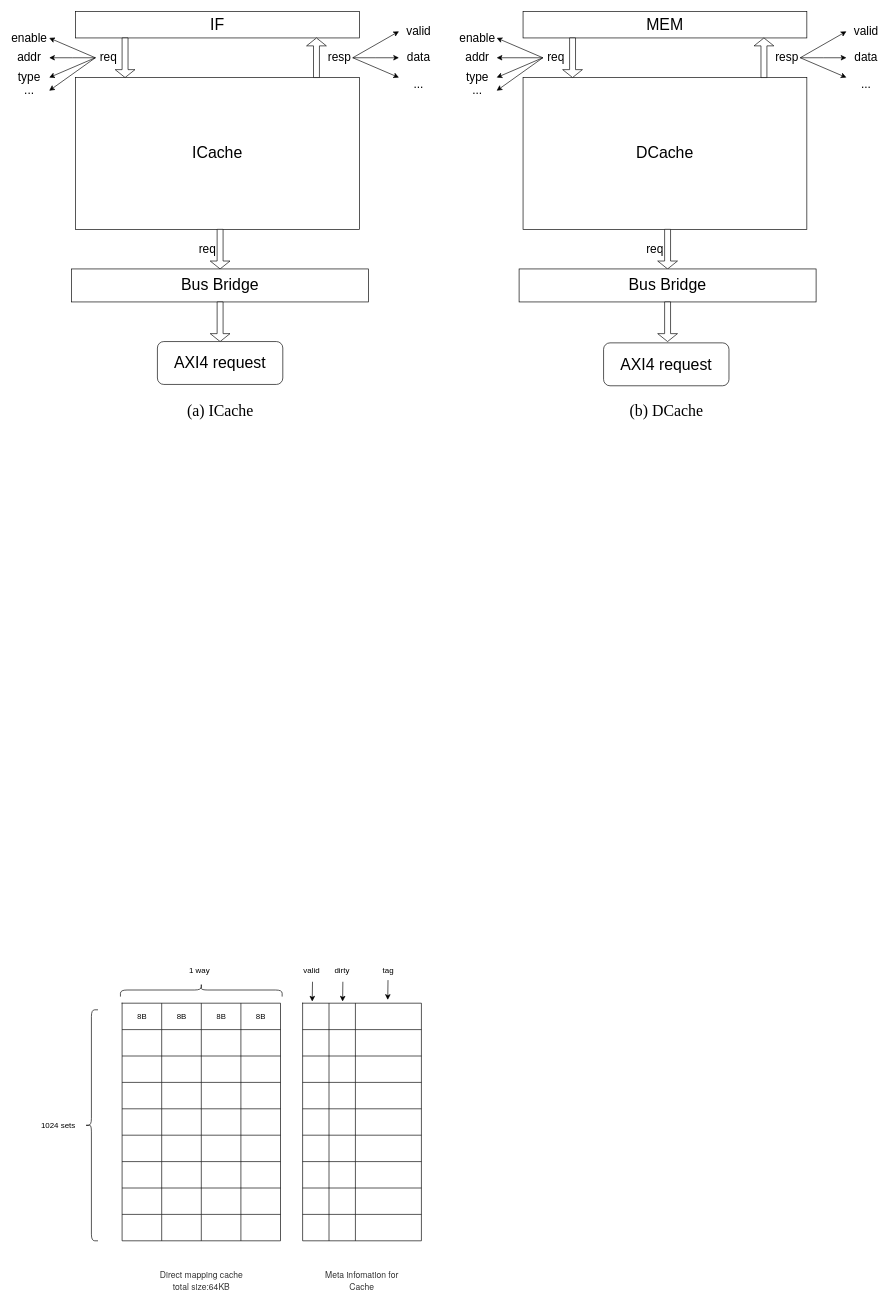
This is Cache.drawio from happy-lx/drawio, a draw.io file, before an edit. Source tidied: cells renumbered, new cells numbered last; positions are measured from the earlier drawing's top-left corner, leaving out a move shared by most shapes. Both pictures are drawn from the tidied source at 66%, with x=0, y=0 at pixel (16, 11).
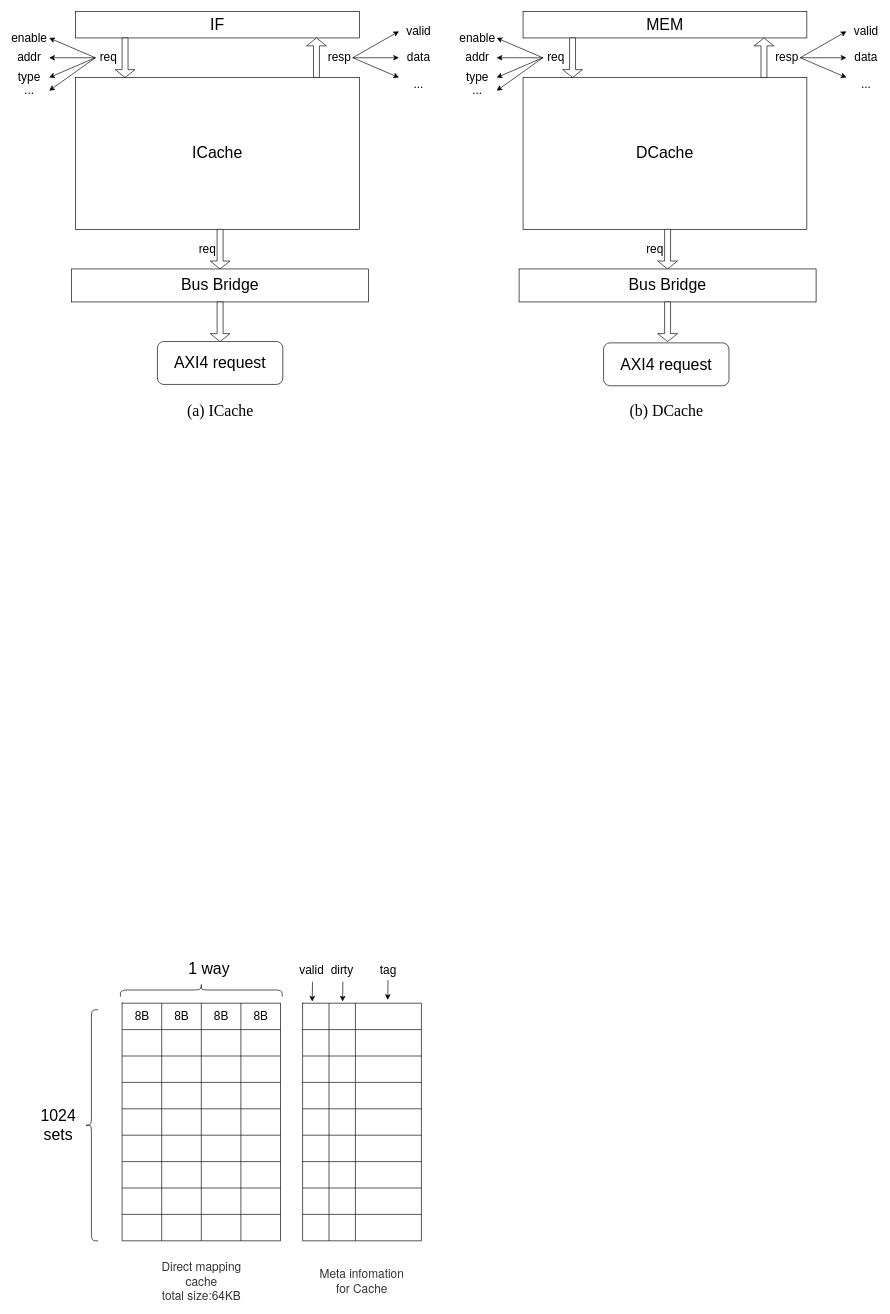
The same page after the edit.

Unchanged cells that the change refers to:
```xml
<mxCell id="33" style="shape=partialRectangle;html=1;whiteSpace=wrap;fillColor=none;top=0;left=0;bottom=0;right=0;" parent="32" vertex="1">
  <mxGeometry width="240" height="40" as="geometry" />
</mxCell>
```

Diff of the diagram source:
```diff
@@
-    <mxCell id="28" value="1024 sets" style="text;html=1;strokeColor=none;fillColor=none;align=center;verticalAlign=middle;whiteSpace=wrap;rounded=0;" parent="1" vertex="1">
+    <mxCell id="28" value="&lt;font style=&quot;font-size: 24px&quot;&gt;1024 sets&lt;/font&gt;" style="text;html=1;strokeColor=none;fillColor=none;align=center;verticalAlign=middle;whiteSpace=wrap;rounded=0;" parent="1" vertex="1">
       <mxGeometry x="34" y="1682.5" width="60" height="10" as="geometry" />
     </mxCell>
@@
-    <mxCell id="30" value="1 way" style="text;html=1;strokeColor=none;fillColor=none;align=center;verticalAlign=middle;whiteSpace=wrap;rounded=0;" parent="1" vertex="1">
-      <mxGeometry x="258" y="1442.5" width="40" height="20" as="geometry" />
+    <mxCell id="30" value="&lt;font style=&quot;font-size: 24px&quot;&gt;1 way&lt;/font&gt;" style="text;html=1;strokeColor=none;fillColor=none;align=center;verticalAlign=middle;whiteSpace=wrap;rounded=0;" parent="1" vertex="1">
+      <mxGeometry x="258" y="1437" width="69" height="25.5" as="geometry" />
     </mxCell>
-    <mxCell id="31" value="&lt;span style=&quot;color: rgb(51 , 51 , 51) ; font-family: &amp;#34;helvetica neue&amp;#34; , &amp;#34;helvetica&amp;#34; , &amp;#34;arial&amp;#34; , &amp;#34;hiragino sans gb&amp;#34; , &amp;#34;hiragino sans gb w3&amp;#34; , &amp;#34;microsoft yahei ui&amp;#34; , &amp;#34;microsoft yahei&amp;#34; , sans-serif ; font-size: 13px&quot;&gt;Direct mapping cache&lt;br&gt;total size:64KB&lt;br&gt;&lt;/span&gt;" style="text;html=1;strokeColor=none;fillColor=none;align=center;verticalAlign=middle;whiteSpace=wrap;rounded=0;" parent="1" vertex="1">
+    <mxCell id="31" value="&lt;span style=&quot;color: rgb(51 , 51 , 51) ; font-family: &amp;#34;helvetica neue&amp;#34; , &amp;#34;helvetica&amp;#34; , &amp;#34;arial&amp;#34; , &amp;#34;hiragino sans gb&amp;#34; , &amp;#34;hiragino sans gb w3&amp;#34; , &amp;#34;microsoft yahei ui&amp;#34; , &amp;#34;microsoft yahei&amp;#34; , sans-serif&quot;&gt;&lt;font style=&quot;font-size: 18px&quot;&gt;Direct mapping cache&lt;br&gt;total size:64KB&lt;/font&gt;&lt;br&gt;&lt;/span&gt;" style="text;html=1;strokeColor=none;fillColor=none;align=center;verticalAlign=middle;whiteSpace=wrap;rounded=0;" parent="1" vertex="1">
       <mxGeometry x="207.5" y="1902.5" width="146" height="40" as="geometry" />
     </mxCell>
@@
-    <mxCell id="34" value="8B" style="shape=partialRectangle;html=1;whiteSpace=wrap;overflow=hidden;fillColor=none;top=0;left=0;bottom=0;right=0;" parent="33" vertex="1">
+    <mxCell id="34" value="&lt;font style=&quot;font-size: 18px&quot;&gt;8B&lt;/font&gt;" style="shape=partialRectangle;html=1;whiteSpace=wrap;overflow=hidden;fillColor=none;top=0;left=0;bottom=0;right=0;" parent="33" vertex="1">
       <mxGeometry width="60" height="40" as="geometry" />
     </mxCell>
-    <mxCell id="35" value="8B" style="shape=partialRectangle;html=1;whiteSpace=wrap;overflow=hidden;fillColor=none;top=0;left=0;bottom=0;right=0;" parent="33" vertex="1">
+    <mxCell id="35" value="&lt;font style=&quot;font-size: 18px&quot;&gt;8B&lt;/font&gt;" style="shape=partialRectangle;html=1;whiteSpace=wrap;overflow=hidden;fillColor=none;top=0;left=0;bottom=0;right=0;" parent="33" vertex="1">
       <mxGeometry x="60" width="60" height="40" as="geometry" />
     </mxCell>
-    <mxCell id="36" value="8B" style="shape=partialRectangle;html=1;whiteSpace=wrap;overflow=hidden;fillColor=none;top=0;left=0;bottom=0;right=0;" parent="33" vertex="1">
+    <mxCell id="36" value="&lt;font style=&quot;font-size: 18px&quot;&gt;8B&lt;/font&gt;" style="shape=partialRectangle;html=1;whiteSpace=wrap;overflow=hidden;fillColor=none;top=0;left=0;bottom=0;right=0;" parent="33" vertex="1">
       <mxGeometry x="120" width="60" height="40" as="geometry" />
     </mxCell>
-    <mxCell id="37" value="8B" style="shape=partialRectangle;html=1;whiteSpace=wrap;overflow=hidden;fillColor=none;top=0;left=0;bottom=0;right=0;" parent="33" vertex="1">
+    <mxCell id="37" value="&lt;font style=&quot;font-size: 18px&quot;&gt;8B&lt;/font&gt;" style="shape=partialRectangle;html=1;whiteSpace=wrap;overflow=hidden;fillColor=none;top=0;left=0;bottom=0;right=0;" parent="33" vertex="1">
       <mxGeometry x="180" width="60" height="40" as="geometry" />
     </mxCell>
@@
-    <mxCell id="136" value="valid" style="text;html=1;strokeColor=none;fillColor=none;align=center;verticalAlign=middle;whiteSpace=wrap;rounded=0;" parent="1" vertex="1">
+    <mxCell id="136" value="&lt;font style=&quot;font-size: 18px&quot;&gt;valid&lt;/font&gt;" style="text;html=1;strokeColor=none;fillColor=none;align=center;verticalAlign=middle;whiteSpace=wrap;rounded=0;" parent="1" vertex="1">
       <mxGeometry x="428" y="1442.5" width="40" height="20" as="geometry" />
     </mxCell>
@@
-    <mxCell id="138" value="dirty" style="text;html=1;strokeColor=none;fillColor=none;align=center;verticalAlign=middle;whiteSpace=wrap;rounded=0;" parent="1" vertex="1">
+    <mxCell id="138" value="&lt;font style=&quot;font-size: 18px&quot;&gt;dirty&lt;/font&gt;" style="text;html=1;strokeColor=none;fillColor=none;align=center;verticalAlign=middle;whiteSpace=wrap;rounded=0;" parent="1" vertex="1">
       <mxGeometry x="474" y="1442.5" width="40" height="20" as="geometry" />
     </mxCell>
@@
-    <mxCell id="140" value="tag" style="text;html=1;strokeColor=none;fillColor=none;align=center;verticalAlign=middle;whiteSpace=wrap;rounded=0;" parent="1" vertex="1">
+    <mxCell id="140" value="&lt;font style=&quot;font-size: 18px&quot;&gt;tag&lt;/font&gt;" style="text;html=1;strokeColor=none;fillColor=none;align=center;verticalAlign=middle;whiteSpace=wrap;rounded=0;" parent="1" vertex="1">
       <mxGeometry x="544" y="1442.5" width="40" height="20" as="geometry" />
     </mxCell>
-    <mxCell id="141" value="&lt;span style=&quot;color: rgb(51 , 51 , 51) ; font-family: &amp;#34;helvetica neue&amp;#34; , &amp;#34;helvetica&amp;#34; , &amp;#34;arial&amp;#34; , &amp;#34;hiragino sans gb&amp;#34; , &amp;#34;hiragino sans gb w3&amp;#34; , &amp;#34;microsoft yahei ui&amp;#34; , &amp;#34;microsoft yahei&amp;#34; , sans-serif ; font-size: 13px&quot;&gt;Meta infomation for Cache&lt;br&gt;&lt;/span&gt;" style="text;html=1;strokeColor=none;fillColor=none;align=center;verticalAlign=middle;whiteSpace=wrap;rounded=0;" parent="1" vertex="1">
+    <mxCell id="141" value="&lt;span style=&quot;color: rgb(51 , 51 , 51) ; font-family: &amp;#34;helvetica neue&amp;#34; , &amp;#34;helvetica&amp;#34; , &amp;#34;arial&amp;#34; , &amp;#34;hiragino sans gb&amp;#34; , &amp;#34;hiragino sans gb w3&amp;#34; , &amp;#34;microsoft yahei ui&amp;#34; , &amp;#34;microsoft yahei&amp;#34; , sans-serif&quot;&gt;&lt;font style=&quot;font-size: 18px&quot;&gt;Meta infomation for Cache&lt;/font&gt;&lt;br&gt;&lt;/span&gt;" style="text;html=1;strokeColor=none;fillColor=none;align=center;verticalAlign=middle;whiteSpace=wrap;rounded=0;" parent="1" vertex="1">
       <mxGeometry x="451" y="1902.5" width="146" height="40" as="geometry" />
     </mxCell>
```
